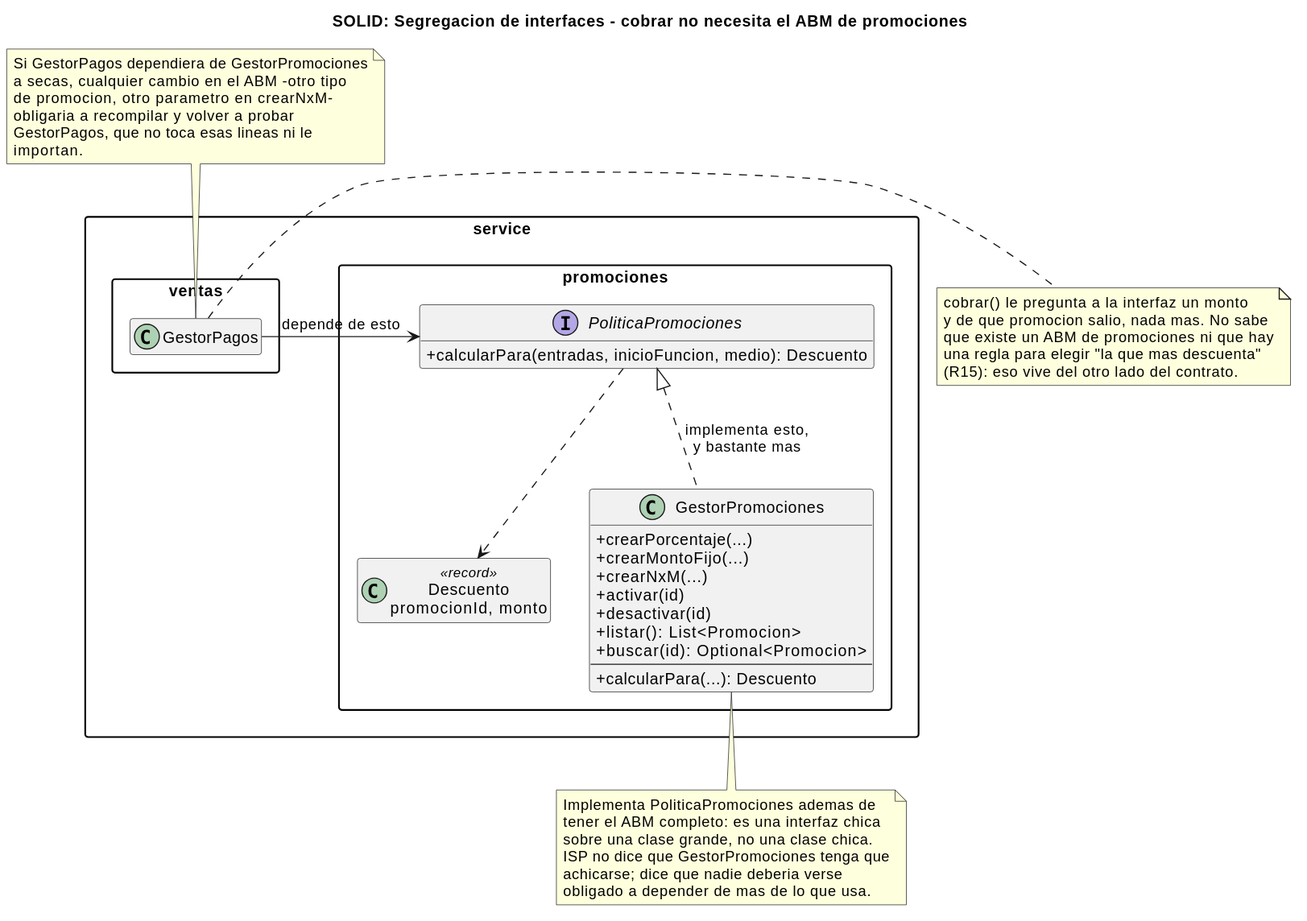
Above: _other/docs/diagramas/solid-isp.svg in andreiveisuade/cine-uade (PlantUML), before the change.
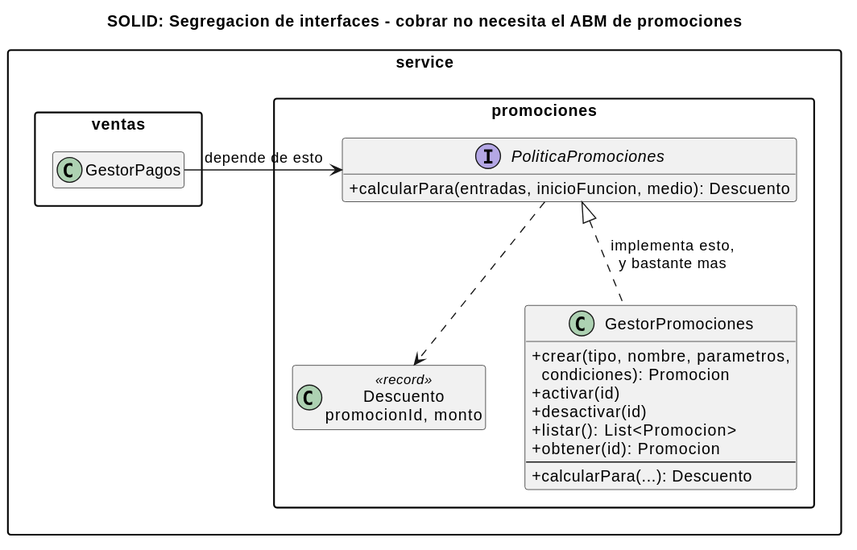
After the commit.

The edit, as a diff of the source:
```diff
@@ -17,13 +17,11 @@
   class "Descuento\npromocionId, monto" as Descuento <<record>>
 
   class GestorPromociones {
-    +crearPorcentaje(...)
-    +crearMontoFijo(...)
-    +crearNxM(...)
+    +crear(tipo, nombre, parametros,\n  condiciones): Promocion
     +activar(id)
     +desactivar(id)
     +listar(): List<Promocion>
-    +buscar(id): Optional<Promocion>
+    +obtener(id): Promocion
     --
     +calcularPara(...): Descuento
   }
@@ -33,31 +31,4 @@
 GestorPromociones .up.|> PoliticaPromociones : implementa esto,\ny bastante mas
 
 PoliticaPromociones ..> Descuento
-
-note right of GestorPagos
-  cobrar() le pregunta a la interfaz un monto
-  y de que promocion salio, nada mas. No sabe
-  que existe un ABM de promociones ni que hay
-  una regla para elegir "la que mas descuenta"
-  (R15): eso vive del otro lado del contrato.
-end note
-
-note bottom of GestorPromociones
-  Implementa PoliticaPromociones ademas de
-  tener el ABM completo: es una interfaz chica
-  sobre una clase grande, no una clase chica.
-  ISP no dice que GestorPromociones tenga que
-  achicarse; dice que nadie deberia verse
-  obligado a depender de mas de lo que usa.
-end note
-
-note as N1
-  Si GestorPagos dependiera de GestorPromociones
-  a secas, cualquier cambio en el ABM -otro tipo
-  de promocion, otro parametro en crearNxM-
-  obligaria a recompilar y volver a probar
-  GestorPagos, que no toca esas lineas ni le
-  importan.
-end note
-N1 .. GestorPagos
 @enduml
```
